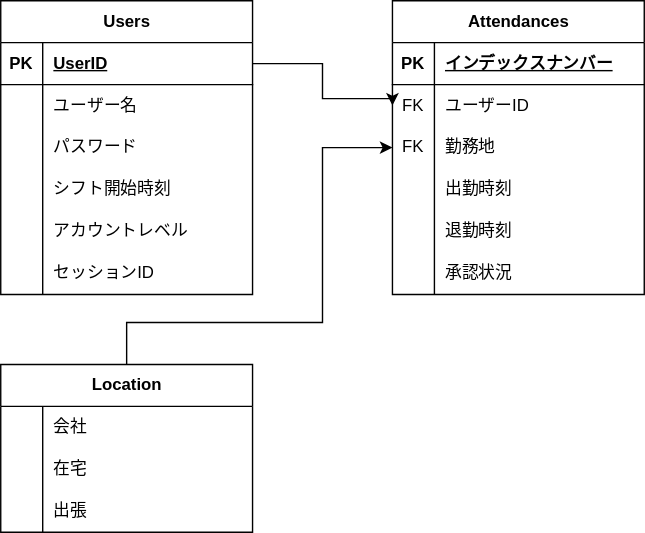
Above: ER図.svg in hokuto-fukura/software_engineering (draw.io), before the change. Source tidied: cells renumbered, new cells last; positions are measured from the earlier drawing's top-left corner, leaving out a move shared by most shapes.
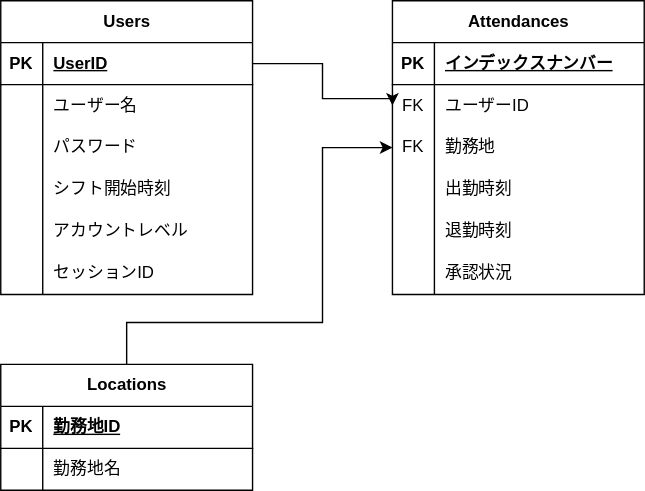
The same file after the commit.

Commit message:
ER図.svg を更新します

What changed in the source:
```diff
@@ -125,8 +125,9 @@
         </Array>
       </mxGeometry>
     </mxCell>
-    <mxCell id="41" style="edgeStyle=orthogonalEdgeStyle;rounded=0;jettySize=auto;html=1;entryX=0;entryY=0.5;entryDx=0;entryDy=0;" parent="1" edge="1" source="42" target="28">
+    <mxCell id="41" style="edgeStyle=orthogonalEdgeStyle;rounded=0;jettySize=auto;html=1;entryX=0;entryY=0.5;entryDx=0;entryDy=0;" parent="1" edge="1" target="28">
       <mxGeometry relative="1" as="geometry">
+        <mxPoint x="90" y="260" as="sourcePoint" />
         <Array as="points">
           <mxPoint x="90" y="230" />
           <mxPoint x="230" y="230" />
@@ -134,35 +135,26 @@
         </Array>
       </mxGeometry>
     </mxCell>
-    <mxCell id="42" value="Location" style="shape=table;startSize=30;rowLines=0;fontStyle=1;align=center;html=1;" parent="1" vertex="1">
-      <mxGeometry y="260" width="180" height="120" as="geometry" />
-    </mxCell>
-    <mxCell id="43" style="shape=tableRow;horizontal=0;startSize=0;swimlaneHead=0;swimlaneBody=0;fillColor=none;top=0;left=0;right=0;bottom=0;" parent="42" vertex="1">
-      <mxGeometry y="30" width="180" height="30" as="geometry" />
-    </mxCell>
-    <mxCell id="44" style="shape=partialRectangle;fillColor=none;top=0;left=0;bottom=0;right=0;overflow=hidden;whiteSpace=wrap;html=1;" parent="43" vertex="1">
-      <mxGeometry width="30" height="30" as="geometry" />
-    </mxCell>
-    <mxCell id="45" value="会社" style="shape=partialRectangle;fillColor=none;top=0;left=0;bottom=0;right=0;align=left;spacingLeft=6;overflow=hidden;whiteSpace=wrap;html=1;" parent="43" vertex="1">
-      <mxGeometry x="30" width="150" height="30" as="geometry" />
-    </mxCell>
+    <mxCell id="52" value="Locations" style="shape=table;startSize=30;rowLines=0;fontStyle=1;align=center;html=1;" parent="1" vertex="1">
+      <mxGeometry y="260" width="180" height="90" as="geometry" />
+    </mxCell>
+    <mxCell id="53" style="shape=tableRow;horizontal=0;startSize=0;swimlaneHead=0;swimlaneBody=0;fillColor=none;top=0;left=0;right=0;bottom=1;" parent="52" vertex="1">
+      <mxGeometry y="30" width="180" height="30" as="geometry" />
+    </mxCell>
+    <mxCell id="54" value="PK" style="shape=partialRectangle;fillColor=none;top=0;left=0;bottom=0;right=0;fontStyle=1;overflow=hidden;whiteSpace=wrap;html=1;" parent="53" vertex="1">
+      <mxGeometry width="30" height="30" as="geometry" />
+    </mxCell>
+    <mxCell id="55" value="勤務地ID" style="shape=partialRectangle;fillColor=none;top=0;left=0;bottom=0;right=0;align=left;spacingLeft=6;fontStyle=5;overflow=hidden;whiteSpace=wrap;html=1;" parent="53" vertex="1">
+      <mxGeometry x="30" width="150" height="30" as="geometry" />
+    </mxCell>
-    <mxCell id="46" style="shape=tableRow;horizontal=0;startSize=0;swimlaneHead=0;swimlaneBody=0;fillColor=none;top=0;left=0;right=0;bottom=0;" parent="42" vertex="1">
+    <mxCell id="46" style="shape=tableRow;horizontal=0;startSize=0;swimlaneHead=0;swimlaneBody=0;fillColor=none;top=0;left=0;right=0;bottom=0;" parent="52" vertex="1">
       <mxGeometry y="60" width="180" height="30" as="geometry" />
     </mxCell>
-    <mxCell id="47" style="shape=partialRectangle;fillColor=none;top=0;left=0;bottom=0;right=0;overflow=hidden;whiteSpace=wrap;html=1;" parent="46" vertex="1">
-      <mxGeometry width="30" height="30" as="geometry" />
-    </mxCell>
-    <mxCell id="48" value="在宅" style="shape=partialRectangle;fillColor=none;top=0;left=0;bottom=0;right=0;align=left;spacingLeft=6;overflow=hidden;whiteSpace=wrap;html=1;" parent="46" vertex="1">
-      <mxGeometry x="30" width="150" height="30" as="geometry" />
-    </mxCell>
-    <mxCell id="49" style="shape=tableRow;horizontal=0;startSize=0;swimlaneHead=0;swimlaneBody=0;fillColor=none;top=0;left=0;right=0;bottom=0;" parent="42" vertex="1">
-      <mxGeometry y="90" width="180" height="30" as="geometry" />
-    </mxCell>
-    <mxCell id="50" style="shape=partialRectangle;fillColor=none;top=0;left=0;bottom=0;right=0;overflow=hidden;whiteSpace=wrap;html=1;" parent="49" vertex="1">
-      <mxGeometry width="30" height="30" as="geometry" />
-    </mxCell>
-    <mxCell id="51" value="出張" style="shape=partialRectangle;fillColor=none;top=0;left=0;bottom=0;right=0;align=left;spacingLeft=6;overflow=hidden;whiteSpace=wrap;html=1;" parent="49" vertex="1">
-      <mxGeometry x="30" width="150" height="30" as="geometry" />
-    </mxCell>
+    <mxCell id="56" style="shape=partialRectangle;fillColor=none;top=0;left=0;bottom=0;right=0;overflow=hidden;whiteSpace=wrap;html=1;" parent="46" vertex="1">
+      <mxGeometry width="30" height="30" as="geometry" />
+    </mxCell>
+    <mxCell id="57" value="勤務地名" style="shape=partialRectangle;fillColor=none;top=0;left=0;bottom=0;right=0;align=left;spacingLeft=6;overflow=hidden;whiteSpace=wrap;html=1;" parent="46" vertex="1">
+      <mxGeometry x="30" width="150" height="30" as="geometry" />
+    </mxCell>
   </root>
 </mxGraphModel>
```
